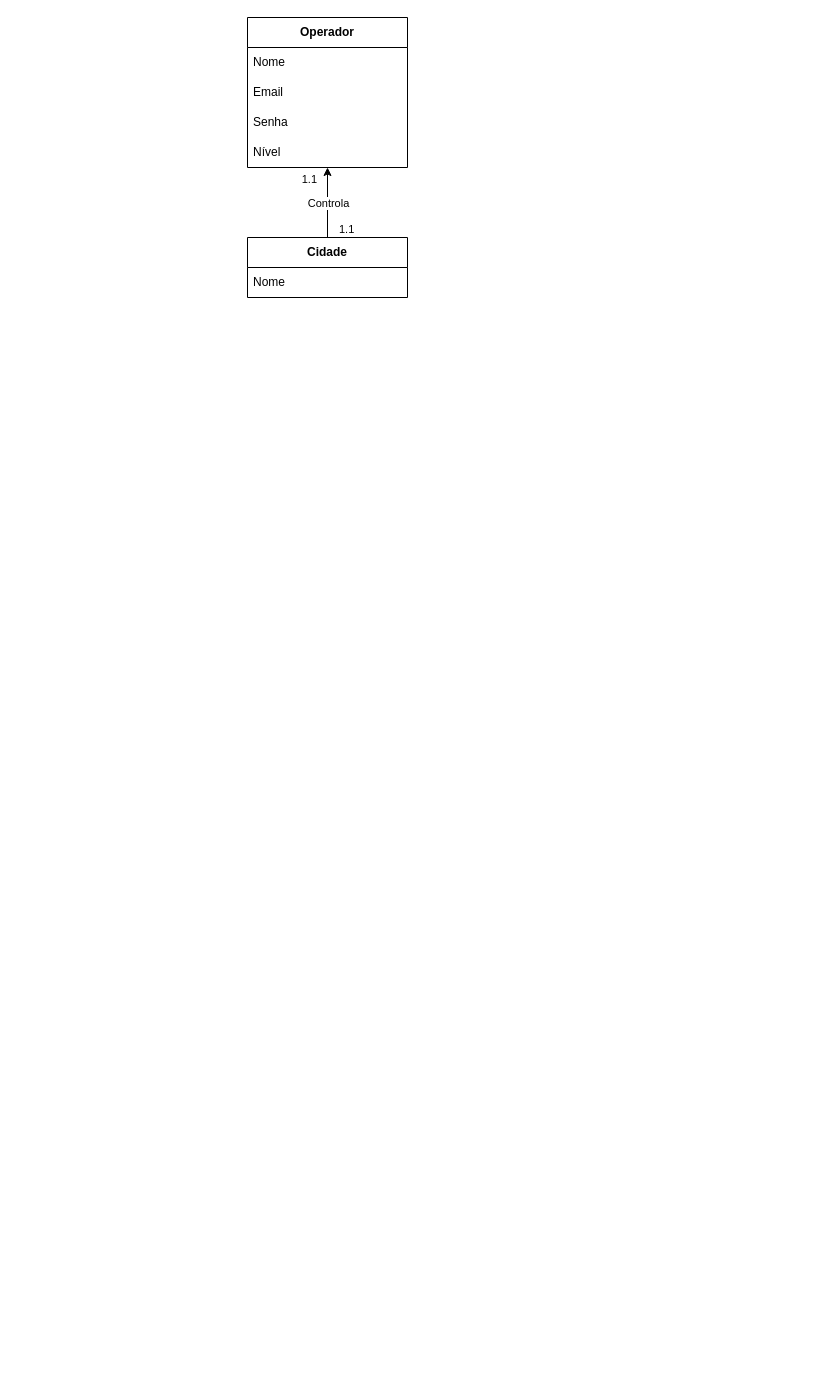
Above: Diagrama sem nome.drawio in LuizGustavoNascimeto/draw.io (draw.io), before the change. Source tidied: cells renumbered, new cells numbered last; positions are measured from the earlier drawing's top-left corner, leaving out a move shared by most shapes. Both pictures are drawn from the tidied source at 100%, with x=0, y=0 at pixel (247, 17).
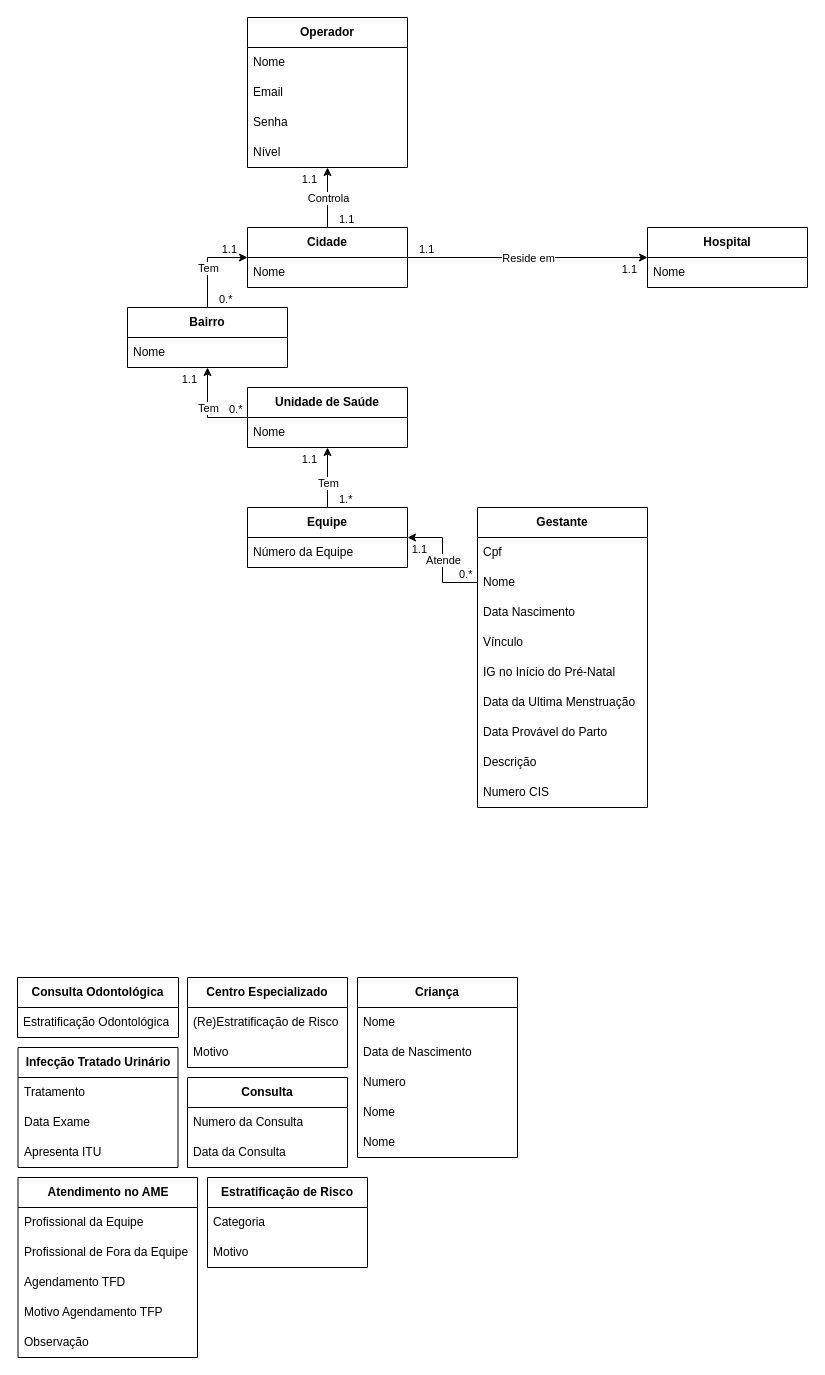
After the change.

The edit, as a diff of the source:
```diff
@@
     <mxCell id="7" value="&lt;b&gt;Cidade&lt;br&gt;&lt;/b&gt;" style="swimlane;fontStyle=0;horizontal=1;startSize=30;whiteSpace=wrap;html=1;" parent="1" vertex="1">
-      <mxGeometry y="220" width="160" height="60" as="geometry" />
+      <mxGeometry y="210" width="160" height="60" as="geometry" />
     </mxCell>
@@
+    <mxCell id="13" value="&lt;b&gt;Bairro&lt;/b&gt;" style="swimlane;fontStyle=0;horizontal=1;startSize=30;whiteSpace=wrap;html=1;" parent="1" vertex="1">
+      <mxGeometry x="-120" y="290" width="160" height="60" as="geometry" />
+    </mxCell>
+    <mxCell id="14" value="Nome" style="text;strokeColor=none;fillColor=none;align=left;verticalAlign=middle;spacingLeft=4;spacingRight=4;overflow=hidden;whiteSpace=wrap;html=1;" parent="13" vertex="1">
+      <mxGeometry y="30" width="160" height="30" as="geometry" />
+    </mxCell>
+    <mxCell id="15" style="endArrow=classic;html=1;rounded=0;edgeStyle=orthogonalEdgeStyle;entryX=0;entryY=0.5;entryDx=0;entryDy=0;" parent="1" edge="1" source="13" target="7">
+      <mxGeometry relative="1" as="geometry" />
+    </mxCell>
+    <mxCell id="16" value="Tem" style="edgeLabel;html=1;align=center;verticalAlign=middle;" parent="15" vertex="1">
+      <mxGeometry relative="1" as="geometry">
+        <mxPoint y="5" as="offset" />
+      </mxGeometry>
+    </mxCell>
+    <mxCell id="17" value="0.*" style="edgeLabel;html=1;align=left;verticalAlign=bottom;" parent="15" vertex="1">
+      <mxGeometry x="-1" relative="1" as="geometry">
+        <mxPoint x="10" as="offset" />
+      </mxGeometry>
+    </mxCell>
+    <mxCell id="18" value="1.1" style="edgeLabel;html=1;align=right;verticalAlign=bottom;rotation=0;" parent="15" vertex="1">
+      <mxGeometry x="1" relative="1" as="geometry">
+        <mxPoint x="-10" as="offset" />
+      </mxGeometry>
+    </mxCell>
+    <mxCell id="19" value="&lt;b&gt;Unidade de Saúde&lt;br&gt;&lt;/b&gt;" style="swimlane;fontStyle=0;horizontal=1;startSize=30;whiteSpace=wrap;html=1;" parent="1" vertex="1">
+      <mxGeometry y="370" width="160" height="60" as="geometry" />
+    </mxCell>
+    <mxCell id="20" value="Nome" style="text;strokeColor=none;fillColor=none;align=left;verticalAlign=middle;spacingLeft=4;spacingRight=4;overflow=hidden;whiteSpace=wrap;html=1;" parent="19" vertex="1">
+      <mxGeometry y="30" width="160" height="30" as="geometry" />
+    </mxCell>
+    <mxCell id="21" style="endArrow=classic;html=1;rounded=0;edgeStyle=orthogonalEdgeStyle;exitX=0;exitY=0.5;exitDx=0;exitDy=0;" parent="1" edge="1" source="19" target="13">
+      <mxGeometry relative="1" as="geometry" />
+    </mxCell>
+    <mxCell id="22" value="Tem" style="edgeLabel;html=1;align=center;verticalAlign=middle;" parent="21" vertex="1">
+      <mxGeometry relative="1" as="geometry">
+        <mxPoint y="-5" as="offset" />
+      </mxGeometry>
+    </mxCell>
+    <mxCell id="23" value="0.*" style="edgeLabel;html=1;align=left;verticalAlign=bottom;" parent="21" vertex="1">
+      <mxGeometry x="-1" relative="1" as="geometry">
+        <mxPoint x="-20" as="offset" />
+      </mxGeometry>
+    </mxCell>
+    <mxCell id="24" value="1.1" style="edgeLabel;html=1;align=right;verticalAlign=bottom;rotation=0;" parent="21" vertex="1">
+      <mxGeometry x="1" relative="1" as="geometry">
+        <mxPoint x="-10" y="20" as="offset" />
+      </mxGeometry>
+    </mxCell>
+    <mxCell id="25" value="&lt;div&gt;&lt;b&gt;Equipe&lt;/b&gt;&lt;/div&gt;" style="swimlane;fontStyle=0;horizontal=1;startSize=30;whiteSpace=wrap;html=1;" parent="1" vertex="1">
+      <mxGeometry y="490" width="160" height="60" as="geometry" />
+    </mxCell>
+    <mxCell id="26" value="Número da Equipe" style="text;strokeColor=none;fillColor=none;align=left;verticalAlign=middle;spacingLeft=4;spacingRight=4;overflow=hidden;whiteSpace=wrap;html=1;" parent="25" vertex="1">
+      <mxGeometry y="30" width="160" height="30" as="geometry" />
+    </mxCell>
+    <mxCell id="27" style="endArrow=classic;html=1;rounded=0;edgeStyle=orthogonalEdgeStyle;" parent="1" edge="1" source="25" target="19">
+      <mxGeometry relative="1" as="geometry" />
+    </mxCell>
+    <mxCell id="28" value="Tem" style="edgeLabel;html=1;align=center;verticalAlign=middle;" parent="27" vertex="1">
+      <mxGeometry relative="1" as="geometry">
+        <mxPoint y="5" as="offset" />
+      </mxGeometry>
+    </mxCell>
+    <mxCell id="29" value="1.*" style="edgeLabel;html=1;align=left;verticalAlign=bottom;" parent="27" vertex="1">
+      <mxGeometry x="-1" relative="1" as="geometry">
+        <mxPoint x="10" as="offset" />
+      </mxGeometry>
+    </mxCell>
+    <mxCell id="30" value="1.1" style="edgeLabel;html=1;align=right;verticalAlign=bottom;rotation=0;" parent="27" vertex="1">
+      <mxGeometry x="1" relative="1" as="geometry">
+        <mxPoint x="-10" y="20" as="offset" />
+      </mxGeometry>
+    </mxCell>
+    <mxCell id="31" value="&lt;b&gt;Hospital&lt;/b&gt;" style="swimlane;fontStyle=0;horizontal=1;startSize=30;whiteSpace=wrap;html=1;" parent="1" vertex="1">
+      <mxGeometry x="400" y="210" width="160" height="60" as="geometry" />
+    </mxCell>
+    <mxCell id="32" value="Nome" style="text;strokeColor=none;fillColor=none;align=left;verticalAlign=middle;spacingLeft=4;spacingRight=4;overflow=hidden;whiteSpace=wrap;html=1;" parent="31" vertex="1">
+      <mxGeometry y="30" width="160" height="30" as="geometry" />
+    </mxCell>
+    <mxCell id="33" style="endArrow=classic;html=1;rounded=0;" parent="1" edge="1" source="7" target="31">
+      <mxGeometry relative="1" as="geometry" />
+    </mxCell>
+    <mxCell id="34" value="Reside em" style="edgeLabel;html=1;align=center;verticalAlign=middle;" parent="33" vertex="1">
+      <mxGeometry relative="1" as="geometry" />
+    </mxCell>
+    <mxCell id="35" value="1.1" style="edgeLabel;html=1;align=left;verticalAlign=bottom;" parent="33" vertex="1">
+      <mxGeometry x="-1" relative="1" as="geometry">
+        <mxPoint x="10" as="offset" />
+      </mxGeometry>
+    </mxCell>
+    <mxCell id="36" value="1.1" style="edgeLabel;html=1;align=right;verticalAlign=bottom;rotation=0;" parent="33" vertex="1">
+      <mxGeometry x="1" relative="1" as="geometry">
+        <mxPoint x="-10" y="20" as="offset" />
+      </mxGeometry>
+    </mxCell>
+    <mxCell id="37" value="&lt;b&gt;Gestante&lt;br&gt;&lt;/b&gt;" style="swimlane;fontStyle=0;horizontal=1;startSize=30;whiteSpace=wrap;html=1;" parent="1" vertex="1">
+      <mxGeometry x="230" y="490" width="170" height="300" as="geometry" />
+    </mxCell>
+    <mxCell id="38" value="Cpf" style="text;strokeColor=none;fillColor=none;align=left;verticalAlign=middle;spacingLeft=4;spacingRight=4;overflow=hidden;whiteSpace=wrap;html=1;" parent="37" vertex="1">
+      <mxGeometry y="30" width="170" height="30" as="geometry" />
+    </mxCell>
+    <mxCell id="39" value="Nome" style="text;strokeColor=none;fillColor=none;align=left;verticalAlign=middle;spacingLeft=4;spacingRight=4;overflow=hidden;points=[[0,0.5],[1,0.5]];portConstraint=eastwest;whiteSpace=wrap;html=1;" parent="37" vertex="1">
+      <mxGeometry y="60" width="170" height="30" as="geometry" />
+    </mxCell>
+    <mxCell id="40" value="Data Nascimento" style="text;strokeColor=none;fillColor=none;align=left;verticalAlign=middle;spacingLeft=4;spacingRight=4;overflow=hidden;whiteSpace=wrap;html=1;" parent="37" vertex="1">
+      <mxGeometry y="90" width="170" height="30" as="geometry" />
+    </mxCell>
+    <mxCell id="41" value="Vínculo" style="text;strokeColor=none;fillColor=none;align=left;verticalAlign=middle;spacingLeft=4;spacingRight=4;overflow=hidden;whiteSpace=wrap;html=1;" parent="37" vertex="1">
+      <mxGeometry y="120" width="170" height="30" as="geometry" />
+    </mxCell>
+    <mxCell id="42" value="IG no Início do Pré-Natal" style="text;strokeColor=none;fillColor=none;align=left;verticalAlign=middle;spacingLeft=4;spacingRight=4;overflow=hidden;whiteSpace=wrap;html=1;" parent="37" vertex="1">
+      <mxGeometry y="150" width="170" height="30" as="geometry" />
+    </mxCell>
+    <mxCell id="43" value="Data da Ultima Menstruação" style="text;strokeColor=none;fillColor=none;align=left;verticalAlign=middle;spacingLeft=4;spacingRight=4;overflow=hidden;whiteSpace=wrap;html=1;" parent="37" vertex="1">
+      <mxGeometry y="180" width="170" height="30" as="geometry" />
+    </mxCell>
+    <mxCell id="44" value="Data Provável do Parto" style="text;strokeColor=none;fillColor=none;align=left;verticalAlign=middle;spacingLeft=4;spacingRight=4;overflow=hidden;whiteSpace=wrap;html=1;" parent="37" vertex="1">
+      <mxGeometry y="210" width="170" height="30" as="geometry" />
+    </mxCell>
+    <mxCell id="45" value="Descrição" style="text;strokeColor=none;fillColor=none;align=left;verticalAlign=middle;spacingLeft=4;spacingRight=4;overflow=hidden;whiteSpace=wrap;html=1;" parent="37" vertex="1">
+      <mxGeometry y="240" width="170" height="30" as="geometry" />
+    </mxCell>
+    <mxCell id="46" value="Numero CIS" style="text;strokeColor=none;fillColor=none;align=left;verticalAlign=middle;spacingLeft=4;spacingRight=4;overflow=hidden;whiteSpace=wrap;html=1;" parent="37" vertex="1">
+      <mxGeometry y="270" width="170" height="30" as="geometry" />
+    </mxCell>
+    <mxCell id="47" style="endArrow=classic;html=1;rounded=0;edgeStyle=orthogonalEdgeStyle;exitX=0;exitY=0.5;exitDx=0;exitDy=0;" parent="1" edge="1" source="39" target="25">
+      <mxGeometry relative="1" as="geometry" />
+    </mxCell>
+    <mxCell id="48" value="Atende" style="edgeLabel;html=1;align=center;verticalAlign=middle;" parent="47" vertex="1">
+      <mxGeometry relative="1" as="geometry" />
+    </mxCell>
+    <mxCell id="49" value="0.*" style="edgeLabel;html=1;align=left;verticalAlign=bottom;" parent="47" vertex="1">
+      <mxGeometry x="-1" relative="1" as="geometry">
+        <mxPoint x="-20" as="offset" />
+      </mxGeometry>
+    </mxCell>
+    <mxCell id="50" value="1.1" style="edgeLabel;html=1;align=right;verticalAlign=bottom;rotation=0;" parent="47" vertex="1">
+      <mxGeometry x="1" relative="1" as="geometry">
+        <mxPoint x="20" y="20" as="offset" />
+      </mxGeometry>
+    </mxCell>
+    <mxCell id="51" value="&lt;b&gt;Consulta Odontológica&lt;/b&gt;" style="swimlane;fontStyle=0;horizontal=1;startSize=30;whiteSpace=wrap;html=1;" parent="1" vertex="1">
+      <mxGeometry x="-230" y="960" width="161" height="60" as="geometry" />
+    </mxCell>
+    <mxCell id="52" value="Estratificação Odontológica" style="text;strokeColor=none;fillColor=none;align=left;verticalAlign=middle;spacingLeft=4;spacingRight=4;overflow=hidden;whiteSpace=wrap;html=1;" parent="51" vertex="1">
+      <mxGeometry y="30" width="161" height="30" as="geometry" />
+    </mxCell>
+    <mxCell id="53" value="&lt;b&gt;Infecção Tratado Urinário&lt;br&gt;&lt;/b&gt;" style="swimlane;fontStyle=0;horizontal=1;startSize=30;whiteSpace=wrap;html=1;" parent="1" vertex="1">
+      <mxGeometry x="-229.5" y="1030" width="160" height="120" as="geometry" />
+    </mxCell>
+    <mxCell id="54" value="Tratamento" style="text;strokeColor=none;fillColor=none;align=left;verticalAlign=middle;spacingLeft=4;spacingRight=4;overflow=hidden;whiteSpace=wrap;html=1;" parent="53" vertex="1">
+      <mxGeometry y="30" width="160" height="30" as="geometry" />
+    </mxCell>
+    <mxCell id="55" value="Data Exame" style="text;strokeColor=none;fillColor=none;align=left;verticalAlign=middle;spacingLeft=4;spacingRight=4;overflow=hidden;whiteSpace=wrap;html=1;" parent="53" vertex="1">
+      <mxGeometry y="60" width="160" height="30" as="geometry" />
+    </mxCell>
+    <mxCell id="56" value="Apresenta ITU" style="text;strokeColor=none;fillColor=none;align=left;verticalAlign=middle;spacingLeft=4;spacingRight=4;overflow=hidden;whiteSpace=wrap;html=1;" parent="53" vertex="1">
+      <mxGeometry y="90" width="160" height="30" as="geometry" />
+    </mxCell>
+    <mxCell id="57" value="&lt;b&gt;Centro Especializado&lt;br&gt;&lt;/b&gt;" style="swimlane;fontStyle=0;horizontal=1;startSize=30;whiteSpace=wrap;html=1;" parent="1" vertex="1">
+      <mxGeometry x="-60" y="960" width="160" height="90" as="geometry" />
+    </mxCell>
+    <mxCell id="58" value="(Re)Estratificação de Risco" style="text;strokeColor=none;fillColor=none;align=left;verticalAlign=middle;spacingLeft=4;spacingRight=4;overflow=hidden;whiteSpace=wrap;html=1;" parent="57" vertex="1">
+      <mxGeometry y="30" width="160" height="30" as="geometry" />
+    </mxCell>
+    <mxCell id="59" value="Motivo" style="text;strokeColor=none;fillColor=none;align=left;verticalAlign=middle;spacingLeft=4;spacingRight=4;overflow=hidden;whiteSpace=wrap;html=1;" parent="57" vertex="1">
+      <mxGeometry y="60" width="160" height="30" as="geometry" />
+    </mxCell>
+    <mxCell id="60" value="&lt;b&gt;Consulta&lt;br&gt;&lt;/b&gt;" style="swimlane;fontStyle=0;horizontal=1;startSize=30;whiteSpace=wrap;html=1;" parent="1" vertex="1">
+      <mxGeometry x="-60" y="1060" width="160" height="90" as="geometry" />
+    </mxCell>
+    <mxCell id="61" value="Numero da Consulta" style="text;strokeColor=none;fillColor=none;align=left;verticalAlign=middle;spacingLeft=4;spacingRight=4;overflow=hidden;whiteSpace=wrap;html=1;" parent="60" vertex="1">
+      <mxGeometry y="30" width="160" height="30" as="geometry" />
+    </mxCell>
+    <mxCell id="62" value="Data da Consulta" style="text;strokeColor=none;fillColor=none;align=left;verticalAlign=middle;spacingLeft=4;spacingRight=4;overflow=hidden;whiteSpace=wrap;html=1;" parent="60" vertex="1">
+      <mxGeometry y="60" width="160" height="30" as="geometry" />
+    </mxCell>
+    <mxCell id="63" value="&lt;b&gt;Atendimento no AME&lt;br&gt;&lt;/b&gt;" style="swimlane;fontStyle=0;horizontal=1;startSize=30;whiteSpace=wrap;html=1;" parent="1" vertex="1">
+      <mxGeometry x="-229.5" y="1160" width="179.5" height="180" as="geometry" />
+    </mxCell>
+    <mxCell id="64" value="Profissional da Equipe" style="text;strokeColor=none;fillColor=none;align=left;verticalAlign=middle;spacingLeft=4;spacingRight=4;overflow=hidden;whiteSpace=wrap;html=1;" parent="63" vertex="1">
+      <mxGeometry y="30" width="179.5" height="30" as="geometry" />
+    </mxCell>
+    <mxCell id="65" value="Profissional de Fora da Equipe" style="text;strokeColor=none;fillColor=none;align=left;verticalAlign=middle;spacingLeft=4;spacingRight=4;overflow=hidden;whiteSpace=wrap;html=1;" parent="63" vertex="1">
+      <mxGeometry y="60" width="179.5" height="30" as="geometry" />
+    </mxCell>
+    <mxCell id="66" value="Agendamento TFD" style="text;strokeColor=none;fillColor=none;align=left;verticalAlign=middle;spacingLeft=4;spacingRight=4;overflow=hidden;whiteSpace=wrap;html=1;" parent="63" vertex="1">
+      <mxGeometry y="90" width="179.5" height="30" as="geometry" />
+    </mxCell>
+    <mxCell id="67" value="Motivo Agendamento TFP" style="text;strokeColor=none;fillColor=none;align=left;verticalAlign=middle;spacingLeft=4;spacingRight=4;overflow=hidden;whiteSpace=wrap;html=1;" parent="63" vertex="1">
+      <mxGeometry y="120" width="179.5" height="30" as="geometry" />
+    </mxCell>
+    <mxCell id="68" value="Observação" style="text;strokeColor=none;fillColor=none;align=left;verticalAlign=middle;spacingLeft=4;spacingRight=4;overflow=hidden;whiteSpace=wrap;html=1;" parent="63" vertex="1">
+      <mxGeometry y="150" width="179.5" height="30" as="geometry" />
+    </mxCell>
+    <mxCell id="69" value="&lt;b&gt;Estratificação de Risco&lt;br&gt;&lt;/b&gt;" style="swimlane;fontStyle=0;horizontal=1;startSize=30;whiteSpace=wrap;html=1;" parent="1" vertex="1">
+      <mxGeometry x="-40" y="1160" width="160" height="90" as="geometry" />
+    </mxCell>
+    <mxCell id="70" value="Categoria" style="text;strokeColor=none;fillColor=none;align=left;verticalAlign=middle;spacingLeft=4;spacingRight=4;overflow=hidden;whiteSpace=wrap;html=1;" parent="69" vertex="1">
+      <mxGeometry y="30" width="160" height="30" as="geometry" />
+    </mxCell>
+    <mxCell id="71" value="Motivo" style="text;strokeColor=none;fillColor=none;align=left;verticalAlign=middle;spacingLeft=4;spacingRight=4;overflow=hidden;whiteSpace=wrap;html=1;" parent="69" vertex="1">
+      <mxGeometry y="60" width="160" height="30" as="geometry" />
+    </mxCell>
+    <mxCell id="72" value="&lt;b&gt;Criança&lt;br&gt;&lt;/b&gt;" style="swimlane;fontStyle=0;horizontal=1;startSize=30;whiteSpace=wrap;html=1;" parent="1" vertex="1">
+      <mxGeometry x="110" y="960" width="160" height="180" as="geometry" />
+    </mxCell>
+    <mxCell id="73" value="Nome" style="text;strokeColor=none;fillColor=none;align=left;verticalAlign=middle;spacingLeft=4;spacingRight=4;overflow=hidden;whiteSpace=wrap;html=1;" parent="72" vertex="1">
+      <mxGeometry y="30" width="160" height="30" as="geometry" />
+    </mxCell>
+    <mxCell id="74" value="Data de Nascimento" style="text;strokeColor=none;fillColor=none;align=left;verticalAlign=middle;spacingLeft=4;spacingRight=4;overflow=hidden;whiteSpace=wrap;html=1;" parent="72" vertex="1">
+      <mxGeometry y="60" width="160" height="30" as="geometry" />
+    </mxCell>
+    <mxCell id="75" value="Numero " style="text;strokeColor=none;fillColor=none;align=left;verticalAlign=middle;spacingLeft=4;spacingRight=4;overflow=hidden;whiteSpace=wrap;html=1;" parent="72" vertex="1">
+      <mxGeometry y="90" width="160" height="30" as="geometry" />
+    </mxCell>
+    <mxCell id="76" value="Nome" style="text;strokeColor=none;fillColor=none;align=left;verticalAlign=middle;spacingLeft=4;spacingRight=4;overflow=hidden;whiteSpace=wrap;html=1;" parent="72" vertex="1">
+      <mxGeometry y="120" width="160" height="30" as="geometry" />
+    </mxCell>
+    <mxCell id="77" value="Nome" style="text;strokeColor=none;fillColor=none;align=left;verticalAlign=middle;spacingLeft=4;spacingRight=4;overflow=hidden;whiteSpace=wrap;html=1;" parent="72" vertex="1">
+      <mxGeometry y="150" width="160" height="30" as="geometry" />
+    </mxCell>
```
